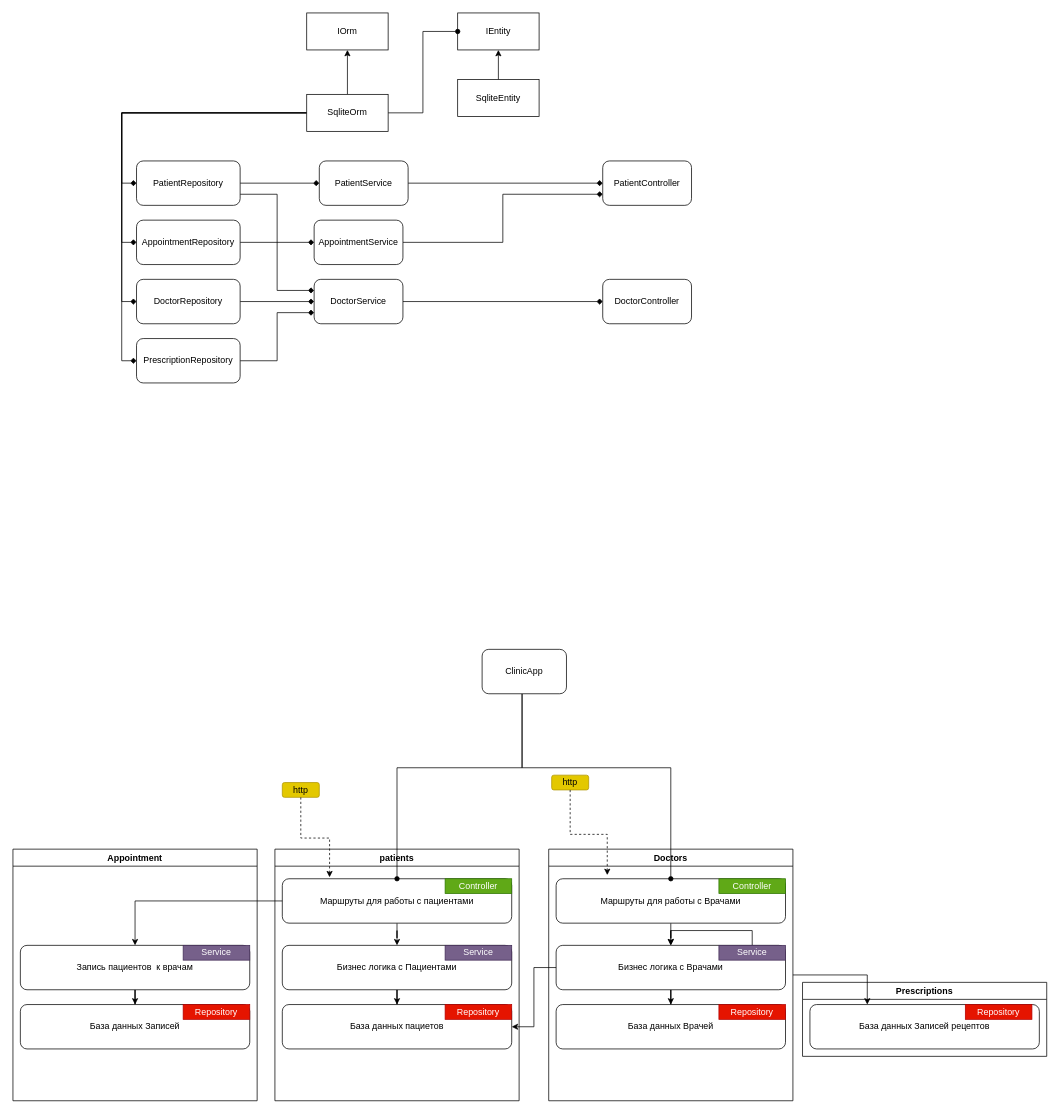
This is WeeklyClinic.drawio from Pixelzzz99/WeeklyClinic, a draw.io file, before an edit. Source tidied: cells renumbered, new cells numbered last; positions are measured from the earlier drawing's top-left corner, leaving out a move shared by most shapes. Both pictures are drawn from the tidied source at 74%, with x=0, y=0 at pixel (13, 13).
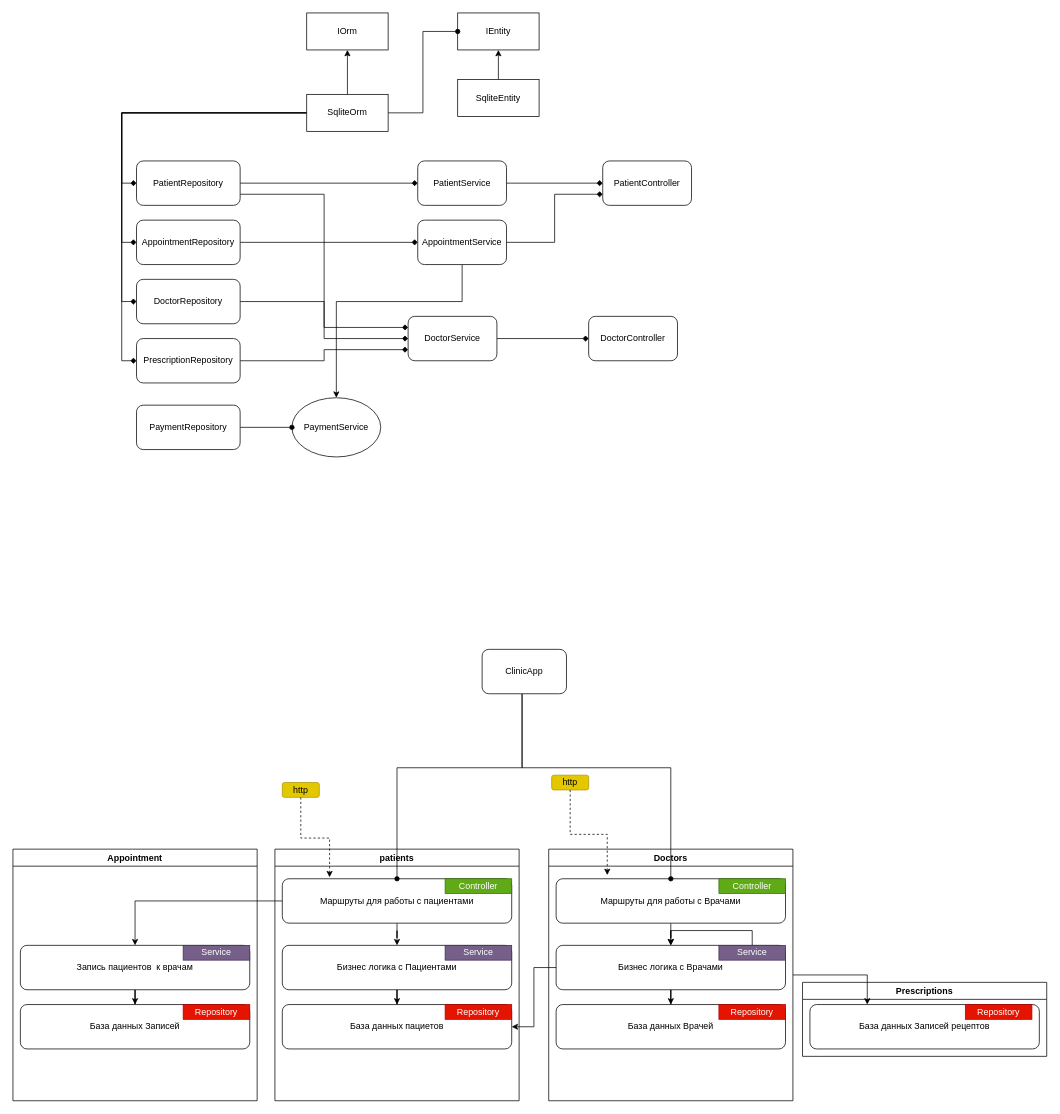
After the change.

The edit, as a diff of the source:
```diff
@@
     <mxCell id="57" value="PatientService" style="rounded=1;whiteSpace=wrap;html=1;" parent="1" vertex="1">
-      <mxGeometry x="414" y="200" width="120" height="60" as="geometry" />
+      <mxGeometry x="547" y="200" width="120" height="60" as="geometry" />
     </mxCell>
@@
     <mxCell id="59" value="DoctorService" style="rounded=1;whiteSpace=wrap;html=1;" parent="1" vertex="1">
-      <mxGeometry x="407" y="360" width="120" height="60" as="geometry" />
+      <mxGeometry x="534" y="410" width="120" height="60" as="geometry" />
     </mxCell>
@@
+    <mxCell id="68" style="edgeStyle=none;html=1;entryX=0.5;entryY=0;entryDx=0;entryDy=0;endArrow=classic;endFill=1;rounded=0;" parent="1" edge="1" source="61" target="69">
+      <mxGeometry relative="1" as="geometry">
+        <Array as="points">
+          <mxPoint x="607" y="390" />
+          <mxPoint x="437" y="390" />
+        </Array>
+      </mxGeometry>
+    </mxCell>
     <mxCell id="61" value="AppointmentService" style="rounded=1;whiteSpace=wrap;html=1;" parent="1" vertex="1">
-      <mxGeometry x="407" y="280" width="120" height="60" as="geometry" />
+      <mxGeometry x="547" y="280" width="120" height="60" as="geometry" />
     </mxCell>
@@
     <mxCell id="63" value="DoctorController" style="rounded=1;whiteSpace=wrap;html=1;" parent="1" vertex="1">
-      <mxGeometry x="797" y="360" width="120" height="60" as="geometry" />
+      <mxGeometry x="778" y="410" width="120" height="60" as="geometry" />
     </mxCell>
@@
+    <mxCell id="69" value="PaymentService" style="ellipse;whiteSpace=wrap;html=1;" parent="1" vertex="1">
+      <mxGeometry x="377" y="520" width="120" height="80" as="geometry" />
+    </mxCell>
+    <mxCell id="70" style="edgeStyle=none;html=1;entryX=0;entryY=0.5;entryDx=0;entryDy=0;endArrow=oval;endFill=1;" parent="1" edge="1" source="71" target="69">
+      <mxGeometry relative="1" as="geometry" />
+    </mxCell>
+    <mxCell id="71" value="PaymentRepository" style="rounded=1;whiteSpace=wrap;html=1;" parent="1" vertex="1">
+      <mxGeometry x="167" y="530" width="140" height="60" as="geometry" />
+    </mxCell>
```
